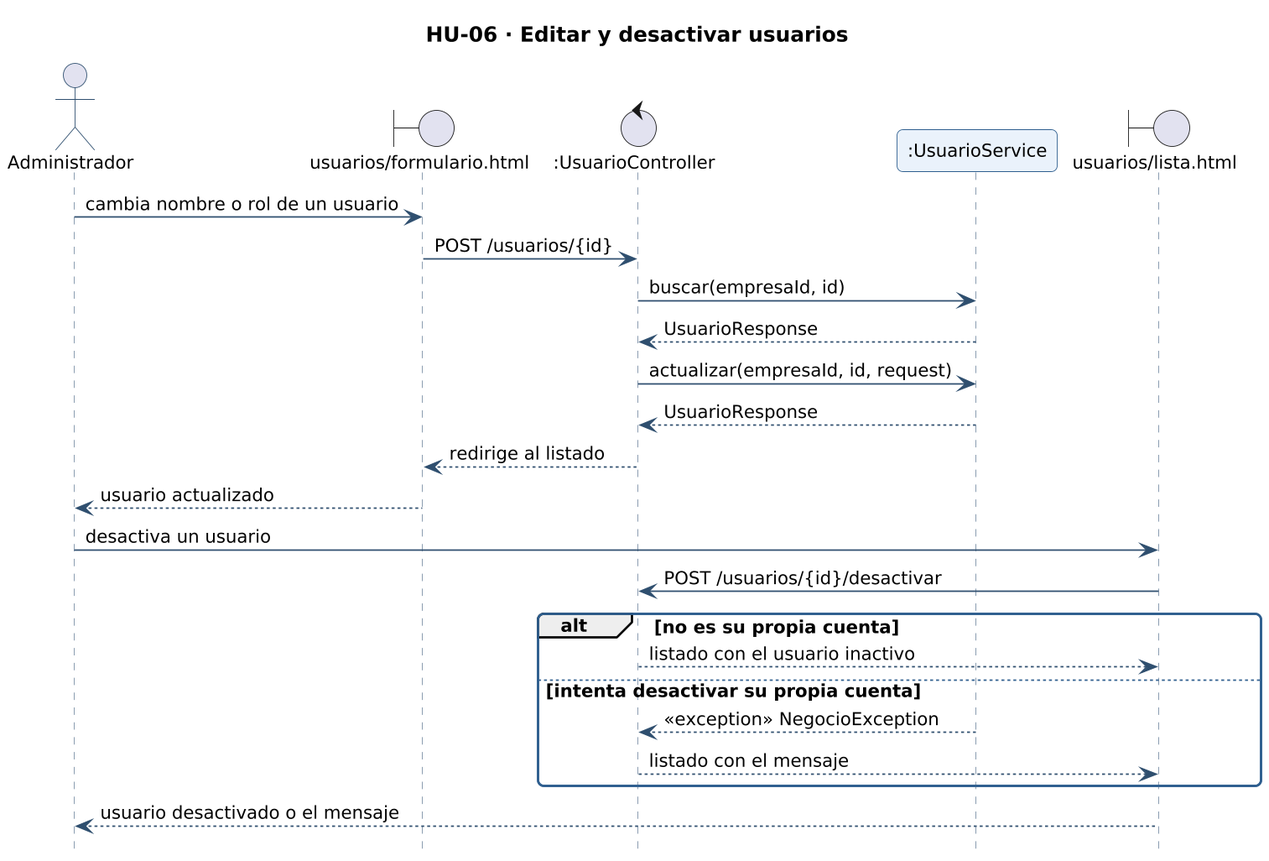
Earlier version of the PlantUML export docs/diagramas/secuencia-hu-06.png (gonzaloarenasduoc/Mira).
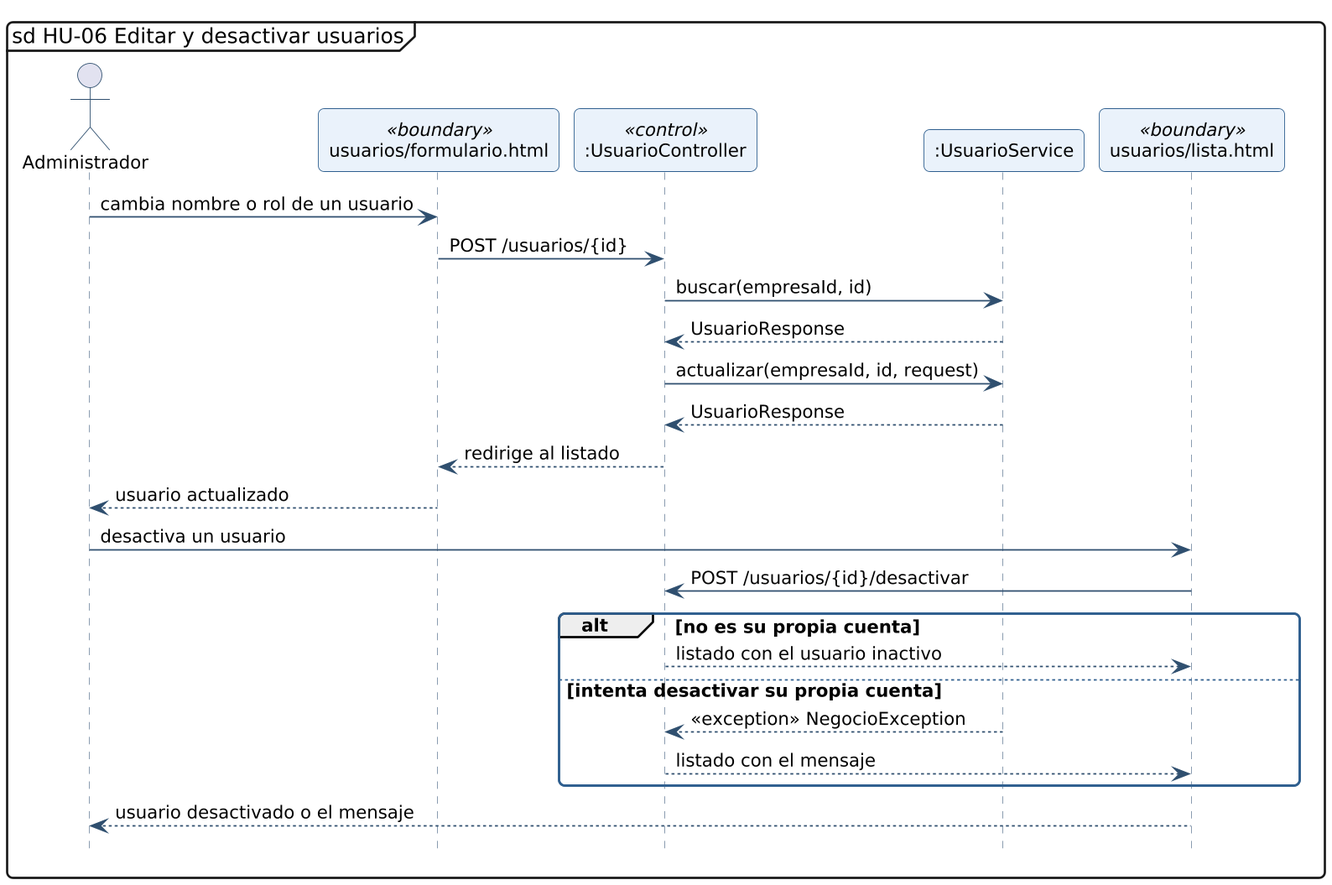
After the commit.

Change to the diagram source:
```diff
@@ -3,12 +3,12 @@
 hide footbox
 skinparam maxMessageSize 260
 skinparam sequenceMessageAlign left
-title HU-06 · Editar y desactivar usuarios
+mainframe sd HU-06 Editar y desactivar usuarios
 actor "Administrador" as A
-boundary "usuarios/formulario.html" as L_VISTA_usuarios_formulario
-control ":UsuarioController" as L_UsuarioController
+participant "usuarios/formulario.html" as L_VISTA_usuarios_formulario <<boundary>>
+participant ":UsuarioController" as L_UsuarioController <<control>>
 participant ":UsuarioService" as L_UsuarioService
-boundary "usuarios/lista.html" as L_VISTA_usuarios_lista
+participant "usuarios/lista.html" as L_VISTA_usuarios_lista <<boundary>>
 A -> L_VISTA_usuarios_formulario : cambia nombre o rol de un usuario
 L_VISTA_usuarios_formulario -> L_UsuarioController : POST /usuarios/{id}
 L_UsuarioController -> L_UsuarioService : buscar(empresaId, id)
```
